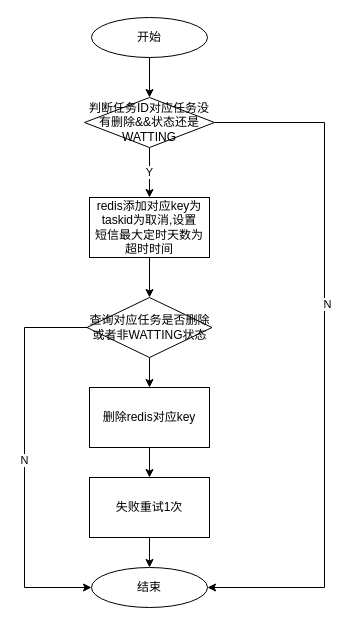
hack0303/draw.io-store keeps this draw.io diagram as 设置任务取消.drawio. Above is the earlier version. Source tidied: cells renumbered, new cells numbered last; positions are measured from the earlier drawing's top-left corner, leaving out a move shared by most shapes. Both pictures are drawn from the tidied source at 100%, with x=0, y=0 at pixel (24, 17).
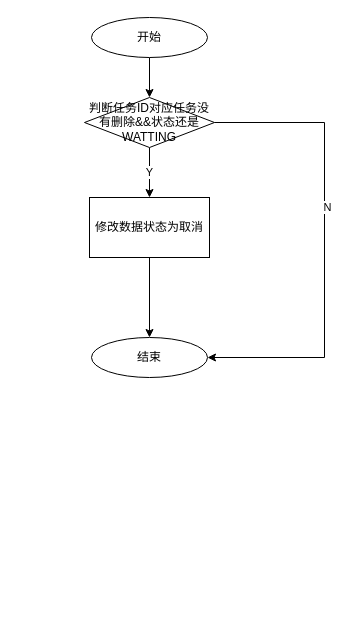
The same page after the edit.

Commit message (it also covers changes not shown here):
Update 设置任务取消.drawio

The change refers to these unchanged cells:
```xml
<mxCell id="10" value="判断任务ID对应任务没有删除&amp;amp;&amp;amp;状态还是WATTING" style="rhombus;whiteSpace=wrap;html=1;" parent="1" vertex="1">
  <mxGeometry x="60" y="80" width="130" height="50" as="geometry" />
</mxCell>
```

Diff of the diagram source:
```diff
@@
     <mxCell id="4" value="结束" style="ellipse;whiteSpace=wrap;html=1;" parent="1" vertex="1">
-      <mxGeometry x="67" y="550" width="116" height="40" as="geometry" />
+      <mxGeometry x="67" y="320" width="116" height="40" as="geometry" />
     </mxCell>
-    <mxCell id="5" style="edgeStyle=orthogonalEdgeStyle;rounded=0;jettySize=auto;html=1;entryX=0.5;entryY=0;entryDx=0;entryDy=0;" parent="1" edge="1" source="6" target="13">
-      <mxGeometry relative="1" as="geometry" />
-    </mxCell>
-    <mxCell id="6" value="redis添加对应key为taskid为取消,设置&lt;br&gt;短信最大定时天数为超时时间" style="rounded=0;whiteSpace=wrap;html=1;" parent="1" vertex="1">
-      <mxGeometry x="65" y="180" width="120" height="60" as="geometry" />
-    </mxCell>
-    <mxCell id="7" value="Y" style="edgeStyle=orthogonalEdgeStyle;rounded=0;jettySize=auto;html=1;exitX=0.5;exitY=1;exitDx=0;exitDy=0;entryX=0.5;entryY=0;entryDx=0;entryDy=0;" parent="1" edge="1" source="10" target="6">
-      <mxGeometry relative="1" as="geometry" />
+    <mxCell id="7" value="Y" style="edgeStyle=orthogonalEdgeStyle;rounded=0;jettySize=auto;html=1;exitX=0.5;exitY=1;exitDx=0;exitDy=0;entryX=0.5;entryY=0;entryDx=0;entryDy=0;" parent="1" edge="1" source="10">
+      <mxGeometry relative="1" as="geometry">
+        <mxPoint x="125" y="180" as="targetPoint" />
+      </mxGeometry>
     </mxCell>
     <mxCell id="8" style="edgeStyle=orthogonalEdgeStyle;rounded=0;jettySize=auto;html=1;entryX=1;entryY=0.5;entryDx=0;entryDy=0;" parent="1" edge="1" source="10" target="4">
       <mxGeometry relative="1" as="geometry">
         <Array as="points">
           <mxPoint x="300" y="105" />
-          <mxPoint x="300" y="570" />
+          <mxPoint x="300" y="340" />
         </Array>
       </mxGeometry>
     </mxCell>
@@
-    <mxCell id="11" value="N" style="edgeStyle=orthogonalEdgeStyle;rounded=0;jettySize=auto;html=1;entryX=0;entryY=0.5;entryDx=0;entryDy=0;" parent="1" edge="1" source="13" target="4">
-      <mxGeometry relative="1" as="geometry">
-        <Array as="points">
-          <mxPoint y="310" />
-          <mxPoint y="570" />
-        </Array>
-      </mxGeometry>
-    </mxCell>
-    <mxCell id="12" style="edgeStyle=orthogonalEdgeStyle;rounded=0;jettySize=auto;html=1;exitX=0.5;exitY=1;exitDx=0;exitDy=0;entryX=0.5;entryY=0;entryDx=0;entryDy=0;" parent="1" edge="1" source="13" target="15">
-      <mxGeometry relative="1" as="geometry" />
-    </mxCell>
-    <mxCell id="13" value="查询对应任务是否删除或者非WATTING状态" style="rhombus;whiteSpace=wrap;html=1;" parent="1" vertex="1">
-      <mxGeometry x="62.5" y="280" width="125" height="60" as="geometry" />
-    </mxCell>
-    <mxCell id="14" style="edgeStyle=orthogonalEdgeStyle;rounded=0;jettySize=auto;html=1;entryX=0.5;entryY=0;entryDx=0;entryDy=0;" parent="1" edge="1" source="15" target="17">
-      <mxGeometry relative="1" as="geometry" />
-    </mxCell>
-    <mxCell id="15" value="删除redis对应key" style="rounded=0;whiteSpace=wrap;html=1;" parent="1" vertex="1">
-      <mxGeometry x="65" y="370" width="120" height="60" as="geometry" />
-    </mxCell>
-    <mxCell id="16" style="edgeStyle=orthogonalEdgeStyle;rounded=0;jettySize=auto;html=1;entryX=0.5;entryY=0;entryDx=0;entryDy=0;" parent="1" edge="1" source="17" target="4">
-      <mxGeometry relative="1" as="geometry" />
-    </mxCell>
-    <mxCell id="17" value="失败重试1次" style="rounded=0;whiteSpace=wrap;html=1;" parent="1" vertex="1">
-      <mxGeometry x="65" y="460" width="120" height="60" as="geometry" />
-    </mxCell>
+    <mxCell id="18" style="edgeStyle=orthogonalEdgeStyle;rounded=0;jettySize=auto;html=1;entryX=0.5;entryY=0;entryDx=0;entryDy=0;" parent="1" edge="1" source="19" target="4">
+      <mxGeometry relative="1" as="geometry" />
+    </mxCell>
+    <mxCell id="19" value="修改数据状态为取消" style="rounded=0;whiteSpace=wrap;html=1;" parent="1" vertex="1">
+      <mxGeometry x="65" y="180" width="120" height="60" as="geometry" />
+    </mxCell>
```
